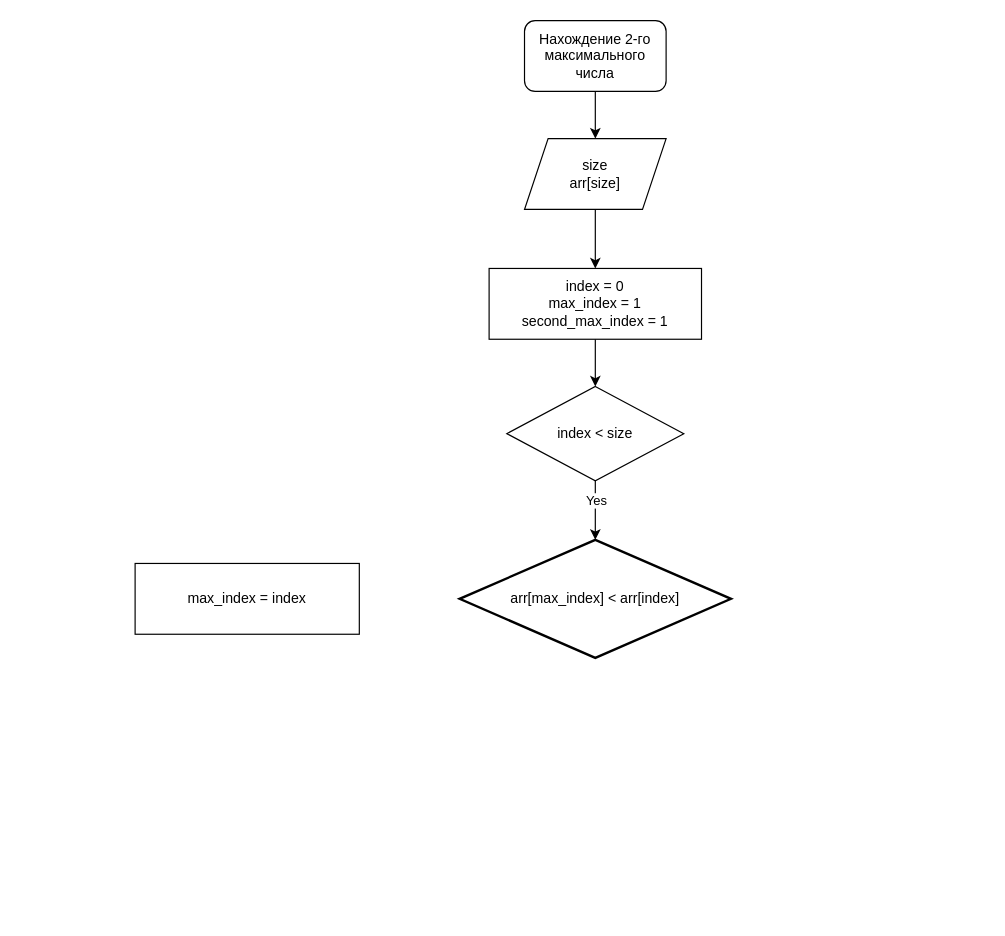
beemaster1972/beegeek keeps this draw.io diagram as 2-d max.drawio. Above is the earlier version. Source tidied: cells renumbered, new cells numbered last; positions are measured from the earlier drawing's top-left corner, leaving out a move shared by most shapes. Both pictures are drawn from the tidied source at 118%, with x=0, y=0 at pixel (135, 20).
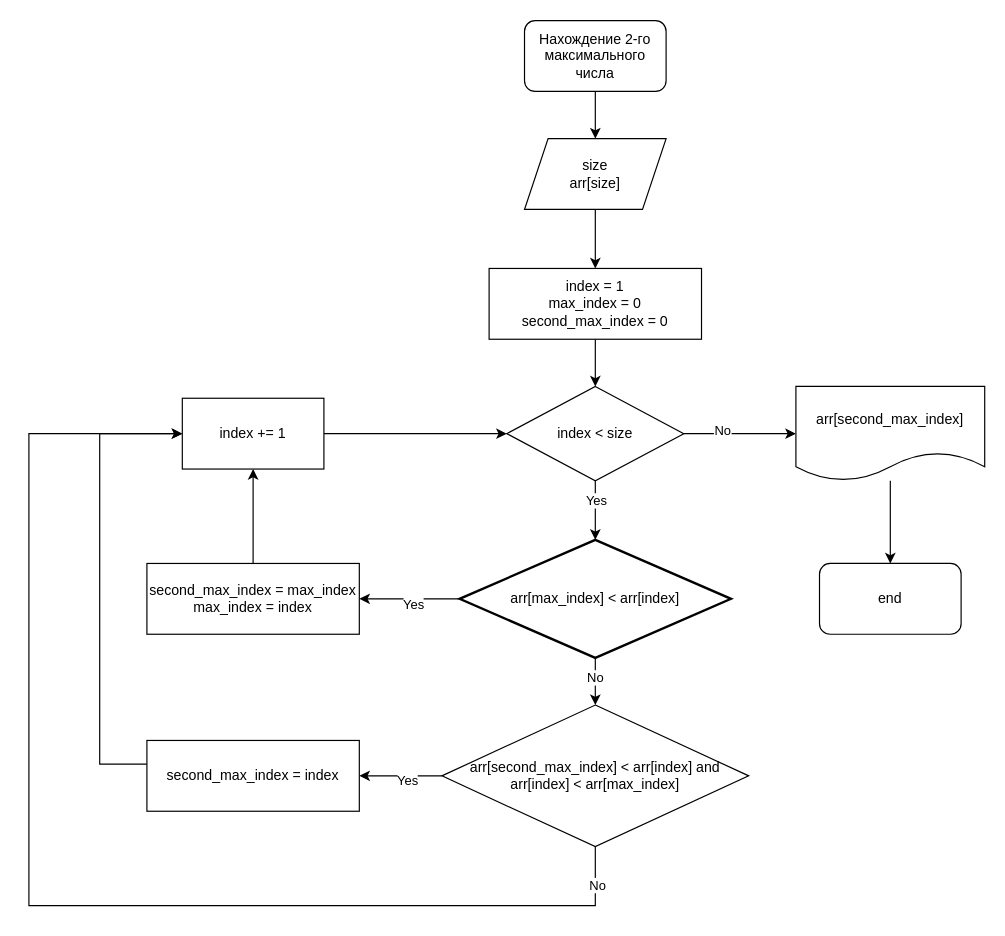
The same diagram, later.

Unchanged cells that the change refers to:
```xml
<mxCell id="10" value="index &amp;lt; size" style="rhombus;whiteSpace=wrap;html=1;" parent="1" vertex="1">
  <mxGeometry x="315" y="310" width="150" height="80" as="geometry" />
</mxCell>
<mxCell id="11" value="arr[max_index] &amp;lt; arr[index]" style="strokeWidth=2;html=1;shape=mxgraph.flowchart.decision;whiteSpace=wrap;" parent="1" vertex="1">
  <mxGeometry x="275" y="440" width="230" height="100" as="geometry" />
</mxCell>
```

Change to the diagram source:
```diff
@@
-    <mxCell id="7" value="index = 0&lt;br&gt;max_index = 1&lt;br&gt;second_max_index = 1" style="rounded=0;whiteSpace=wrap;html=1;" parent="1" vertex="1">
+    <mxCell id="7" value="index = 1&lt;br&gt;max_index = 0&lt;br&gt;second_max_index = 0" style="rounded=0;whiteSpace=wrap;html=1;" parent="1" vertex="1">
       <mxGeometry x="300" y="210" width="180" height="60" as="geometry" />
     </mxCell>
@@
+    <mxCell id="13" style="edgeStyle=orthogonalEdgeStyle;rounded=0;jettySize=auto;html=1;" parent="1" edge="1" source="10" target="30">
+      <mxGeometry relative="1" as="geometry" />
+    </mxCell>
+    <mxCell id="14" value="No" style="edgeLabel;html=1;align=center;verticalAlign=middle;" parent="13" vertex="1">
+      <mxGeometry x="-0.33" y="3" relative="1" as="geometry" />
+    </mxCell>
@@
+    <mxCell id="15" style="edgeStyle=orthogonalEdgeStyle;rounded=0;jettySize=auto;html=1;" parent="1" edge="1" source="11" target="12">
+      <mxGeometry relative="1" as="geometry" />
+    </mxCell>
+    <mxCell id="16" value="Yes" style="edgeLabel;html=1;align=center;verticalAlign=middle;" parent="15" vertex="1">
+      <mxGeometry x="-0.06" y="4" relative="1" as="geometry" />
+    </mxCell>
+    <mxCell id="17" style="edgeStyle=orthogonalEdgeStyle;rounded=0;jettySize=auto;html=1;" parent="1" edge="1" source="11" target="24">
+      <mxGeometry relative="1" as="geometry" />
+    </mxCell>
+    <mxCell id="18" value="No" style="edgeLabel;html=1;align=center;verticalAlign=middle;" parent="17" vertex="1">
+      <mxGeometry x="-0.2" y="-1" relative="1" as="geometry" />
+    </mxCell>
@@
+    <mxCell id="19" style="edgeStyle=orthogonalEdgeStyle;rounded=0;jettySize=auto;html=1;" parent="1" edge="1" source="12" target="28">
+      <mxGeometry relative="1" as="geometry" />
+    </mxCell>
-    <mxCell id="12" value="max_index = index" style="rounded=0;whiteSpace=wrap;html=1;" parent="1" vertex="1">
-      <mxGeometry y="460" width="190" height="60" as="geometry" />
+    <mxCell id="12" value="second_max_index = max_index&lt;br&gt;max_index = index" style="rounded=0;whiteSpace=wrap;html=1;" parent="1" vertex="1">
+      <mxGeometry x="10" y="460" width="180" height="60" as="geometry" />
     </mxCell>
+    <mxCell id="20" style="edgeStyle=orthogonalEdgeStyle;rounded=0;jettySize=auto;html=1;" parent="1" edge="1" source="24" target="26">
+      <mxGeometry relative="1" as="geometry" />
+    </mxCell>
+    <mxCell id="21" value="Yes" style="edgeLabel;html=1;align=center;verticalAlign=middle;" parent="20" vertex="1">
+      <mxGeometry x="-0.14" y="3" relative="1" as="geometry" />
+    </mxCell>
+    <mxCell id="22" style="edgeStyle=orthogonalEdgeStyle;rounded=0;jettySize=auto;html=1;" parent="1" edge="1" source="24" target="28">
+      <mxGeometry relative="1" as="geometry">
+        <Array as="points">
+          <mxPoint x="390" y="750" />
+          <mxPoint x="-90" y="750" />
+          <mxPoint x="-90" y="350" />
+        </Array>
+      </mxGeometry>
+    </mxCell>
+    <mxCell id="23" value="No" style="edgeLabel;html=1;align=center;verticalAlign=middle;" parent="22" vertex="1">
+      <mxGeometry x="-0.94" y="1" relative="1" as="geometry" />
+    </mxCell>
+    <mxCell id="24" value="arr[second_max_index] &amp;lt; arr[index] and&lt;br&gt;arr[index] &amp;lt; arr[max_index]" style="rhombus;whiteSpace=wrap;html=1;" parent="1" vertex="1">
+      <mxGeometry x="260" y="580" width="260" height="120" as="geometry" />
+    </mxCell>
+    <mxCell id="25" style="edgeStyle=orthogonalEdgeStyle;rounded=0;jettySize=auto;html=1;entryX=0;entryY=0.5;entryDx=0;entryDy=0;" parent="1" edge="1" source="26" target="28">
+      <mxGeometry relative="1" as="geometry">
+        <Array as="points">
+          <mxPoint x="-30" y="630" />
+          <mxPoint x="-30" y="350" />
+        </Array>
+      </mxGeometry>
+    </mxCell>
+    <mxCell id="26" value="second_max_index = index" style="rounded=0;whiteSpace=wrap;html=1;" parent="1" vertex="1">
+      <mxGeometry x="10" y="610" width="180" height="60" as="geometry" />
+    </mxCell>
+    <mxCell id="27" style="edgeStyle=orthogonalEdgeStyle;rounded=0;jettySize=auto;html=1;" parent="1" edge="1" source="28" target="10">
+      <mxGeometry relative="1" as="geometry" />
+    </mxCell>
+    <mxCell id="28" value="index += 1" style="rounded=0;whiteSpace=wrap;html=1;" parent="1" vertex="1">
+      <mxGeometry x="40" y="320" width="120" height="60" as="geometry" />
+    </mxCell>
+    <mxCell id="29" style="edgeStyle=orthogonalEdgeStyle;rounded=0;jettySize=auto;html=1;" parent="1" edge="1" source="30" target="31">
+      <mxGeometry relative="1" as="geometry" />
+    </mxCell>
+    <mxCell id="30" value="arr[second_max_index]" style="shape=document;whiteSpace=wrap;html=1;boundedLbl=1;" parent="1" vertex="1">
+      <mxGeometry x="560" y="310" width="160" height="80" as="geometry" />
+    </mxCell>
+    <mxCell id="31" value="end" style="rounded=1;whiteSpace=wrap;html=1;" parent="1" vertex="1">
+      <mxGeometry x="580" y="460" width="120" height="60" as="geometry" />
+    </mxCell>
```
